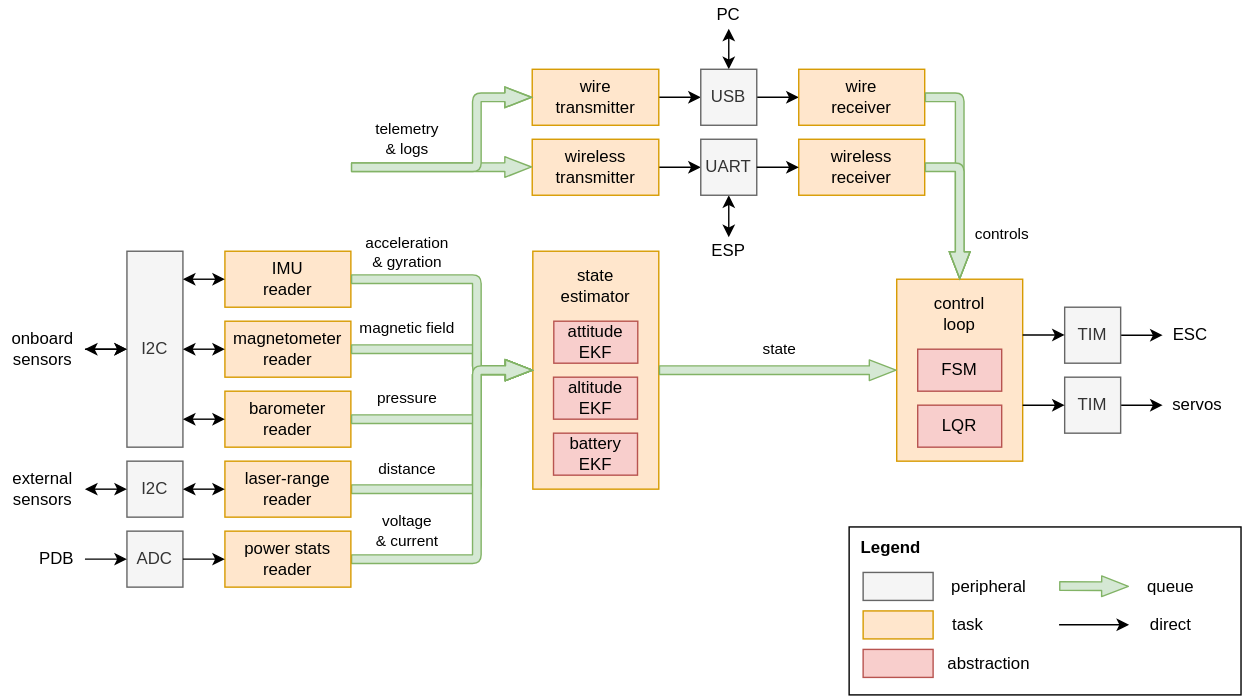
Before: docs/program_architecture.drawio.svg, a diagram exported from draw.io (Eryk-Mozdzen/uav-tvc-goose). Source tidied: cells renumbered, new cells last; positions are measured from the earlier drawing's top-left corner, leaving out a move shared by most shapes.
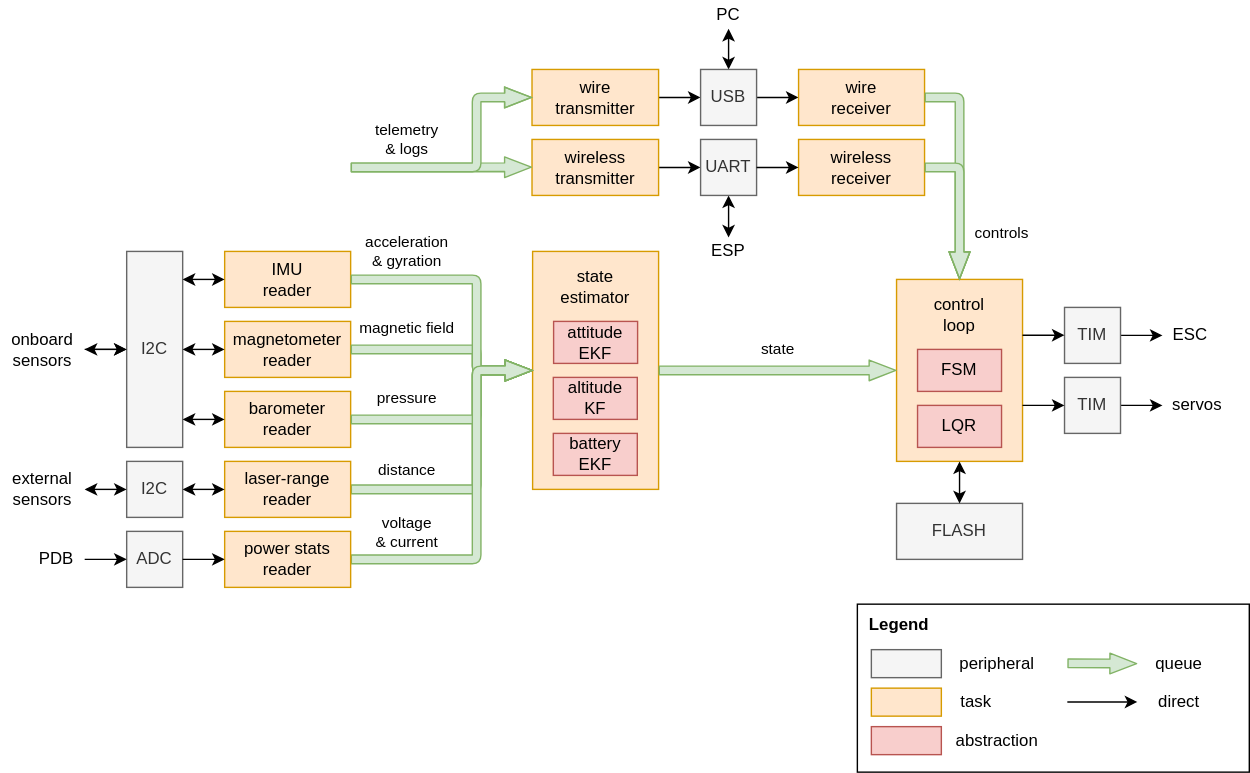
After the commit.

Commit message:
create simple memory in last sector on flash

What changed in the source:
```diff
@@ -171,46 +171,46 @@
       </mxGeometry>
     </mxCell>
     <mxCell id="42" style="rounded=0;whiteSpace=wrap;html=1;" parent="1" vertex="1">
-      <mxGeometry x="606" y="376" width="280" height="120" as="geometry" />
+      <mxGeometry x="612" y="431" width="280" height="120" as="geometry" />
     </mxCell>
     <mxCell id="43" style="rounded=0;whiteSpace=wrap;html=1;fillColor=#ffe6cc;strokeColor=#d79b00;" parent="1" vertex="1">
-      <mxGeometry x="616" y="436" width="50" height="20" as="geometry" />
+      <mxGeometry x="622" y="491" width="50" height="20" as="geometry" />
     </mxCell>
     <mxCell id="44" value="task" style="text;html=1;strokeColor=none;fillColor=none;align=center;verticalAlign=middle;whiteSpace=wrap;rounded=0;" parent="1" vertex="1">
-      <mxGeometry x="676" y="438.5" width="30" height="15" as="geometry" />
+      <mxGeometry x="682" y="493.5" width="30" height="15" as="geometry" />
     </mxCell>
     <mxCell id="45" style="shape=flexArrow;endArrow=classic;html=1;width=6.153846153846153;endSize=6.026923076923077;endWidth=7.633136094674557;fillColor=#d5e8d4;strokeColor=#82b366;" parent="1" edge="1">
       <mxGeometry relative="1" as="geometry">
-        <mxPoint x="756" y="418.2" as="sourcePoint" />
-        <mxPoint x="806" y="418.5" as="targetPoint" />
+        <mxPoint x="762" y="473.2" as="sourcePoint" />
+        <mxPoint x="812" y="473.5" as="targetPoint" />
       </mxGeometry>
     </mxCell>
     <mxCell id="46" value="queue" style="text;html=1;strokeColor=none;fillColor=none;align=center;verticalAlign=middle;whiteSpace=wrap;rounded=0;" parent="1" vertex="1">
-      <mxGeometry x="816" y="411" width="40" height="15" as="geometry" />
+      <mxGeometry x="822" y="466" width="40" height="15" as="geometry" />
     </mxCell>
     <mxCell id="47" style="rounded=0;whiteSpace=wrap;html=1;fillColor=#f5f5f5;strokeColor=#666666;fontColor=#333333;" parent="1" vertex="1">
-      <mxGeometry x="616" y="408.5" width="50" height="20" as="geometry" />
+      <mxGeometry x="622" y="463.5" width="50" height="20" as="geometry" />
     </mxCell>
     <mxCell id="48" value="peripheral" style="text;html=1;strokeColor=none;fillColor=none;align=center;verticalAlign=middle;whiteSpace=wrap;rounded=0;" parent="1" vertex="1">
-      <mxGeometry x="676" y="411" width="60" height="15" as="geometry" />
+      <mxGeometry x="682" y="466" width="60" height="15" as="geometry" />
     </mxCell>
     <mxCell id="49" value="Legend" style="text;html=1;strokeColor=none;fillColor=none;align=center;verticalAlign=middle;whiteSpace=wrap;rounded=0;fontStyle=1;" parent="1" vertex="1">
-      <mxGeometry x="606" y="376" width="60" height="30" as="geometry" />
+      <mxGeometry x="612" y="431" width="60" height="30" as="geometry" />
     </mxCell>
     <mxCell id="50" style="rounded=0;whiteSpace=wrap;html=1;fillColor=#f8cecc;strokeColor=#b85450;" parent="1" vertex="1">
-      <mxGeometry x="616" y="463.5" width="50" height="20" as="geometry" />
+      <mxGeometry x="622" y="518.5" width="50" height="20" as="geometry" />
     </mxCell>
     <mxCell id="51" value="abstraction" style="text;html=1;strokeColor=none;fillColor=none;align=center;verticalAlign=middle;whiteSpace=wrap;rounded=0;labelPosition=center;verticalLabelPosition=middle;" parent="1" vertex="1">
-      <mxGeometry x="676" y="466" width="60" height="15" as="geometry" />
+      <mxGeometry x="682" y="521" width="60" height="15" as="geometry" />
     </mxCell>
     <mxCell id="52" style="endArrow=classic;html=1;fontColor=#FFFFFF;exitX=1;exitY=0.5;exitDx=0;exitDy=0;" parent="1" edge="1">
       <mxGeometry relative="1" as="geometry">
-        <mxPoint x="756" y="445.9" as="sourcePoint" />
-        <mxPoint x="806" y="445.9" as="targetPoint" />
+        <mxPoint x="762" y="500.9" as="sourcePoint" />
+        <mxPoint x="812" y="500.9" as="targetPoint" />
       </mxGeometry>
     </mxCell>
     <mxCell id="53" value="direct" style="text;html=1;strokeColor=none;fillColor=none;align=center;verticalAlign=middle;whiteSpace=wrap;rounded=0;" parent="1" vertex="1">
-      <mxGeometry x="816" y="438.5" width="40" height="15" as="geometry" />
+      <mxGeometry x="822" y="493.5" width="40" height="15" as="geometry" />
     </mxCell>
     <mxCell id="54" style="endArrow=classic;startArrow=classic;html=1;exitX=0.5;exitY=1;exitDx=0;exitDy=0;entryX=0.5;entryY=0;entryDx=0;entryDy=0;" parent="1" edge="1" source="66" target="19">
       <mxGeometry relative="1" as="geometry" />
@@ -271,7 +271,7 @@
         <mxPoint y="-19" as="offset" />
       </mxGeometry>
     </mxCell>
-    <mxCell id="72" value="altitude&lt;br&gt;EKF" style="rounded=0;whiteSpace=wrap;html=1;fillColor=#f8cecc;strokeColor=#b85450;" parent="1" vertex="1">
+    <mxCell id="72" value="altitude&lt;br&gt;KF" style="rounded=0;whiteSpace=wrap;html=1;fillColor=#f8cecc;strokeColor=#b85450;" parent="1" vertex="1">
       <mxGeometry x="394.8" y="269" width="60" height="30" as="geometry" />
     </mxCell>
     <mxCell id="73" value="battery&lt;br&gt;EKF" style="rounded=0;whiteSpace=wrap;html=1;fillColor=#f8cecc;strokeColor=#b85450;" parent="1" vertex="1">
@@ -320,5 +320,11 @@
         <mxPoint x="28" y="14" as="offset" />
       </mxGeometry>
     </mxCell>
+    <mxCell id="83" value="FLASH" style="rounded=0;whiteSpace=wrap;html=1;fillColor=#f5f5f5;strokeColor=#666666;fontColor=#333333;" parent="1" vertex="1">
+      <mxGeometry x="640" y="359" width="90" height="40" as="geometry" />
+    </mxCell>
+    <mxCell id="84" style="endArrow=classic;startArrow=classic;html=1;entryX=0.5;entryY=1;entryDx=0;entryDy=0;exitX=0.5;exitY=0;exitDx=0;exitDy=0;" parent="1" edge="1" source="83" target="29">
+      <mxGeometry relative="1" as="geometry" />
+    </mxCell>
   </root>
 </mxGraphModel>
```
